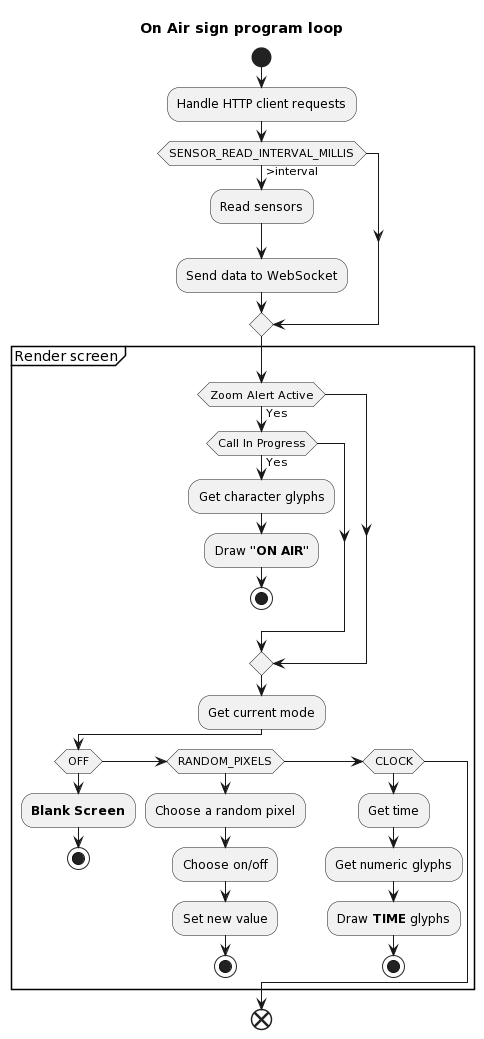
The PlantUML diagram images/workflow.png in skhg/on-air, before a commit. Source of this version:
```plantuml
@startuml
title On Air sign program loop



start

:Handle HTTP client requests;

if (SENSOR_READ_INTERVAL_MILLIS) then (>interval)
    :Read sensors;
    :Send data to WebSocket;
endif

partition "Render screen" {

    if (Zoom Alert Active) then(Yes)
        if (Call In Progress) then (Yes)
                :Get character glyphs;
                :Draw **"ON AIR"**;
                stop
            endif
    endif

    :Get current mode;

    if(OFF)
        :**Blank Screen**;
        stop
    elseif(RANDOM_PIXELS)
        :Choose a random pixel;
        :Choose on/off;
        :Set new value;
        stop
    elseif(CLOCK)
        :Get time;
        :Get numeric glyphs;
        :Draw **TIME** glyphs;
        stop
    endif
}

end
@enduml
```
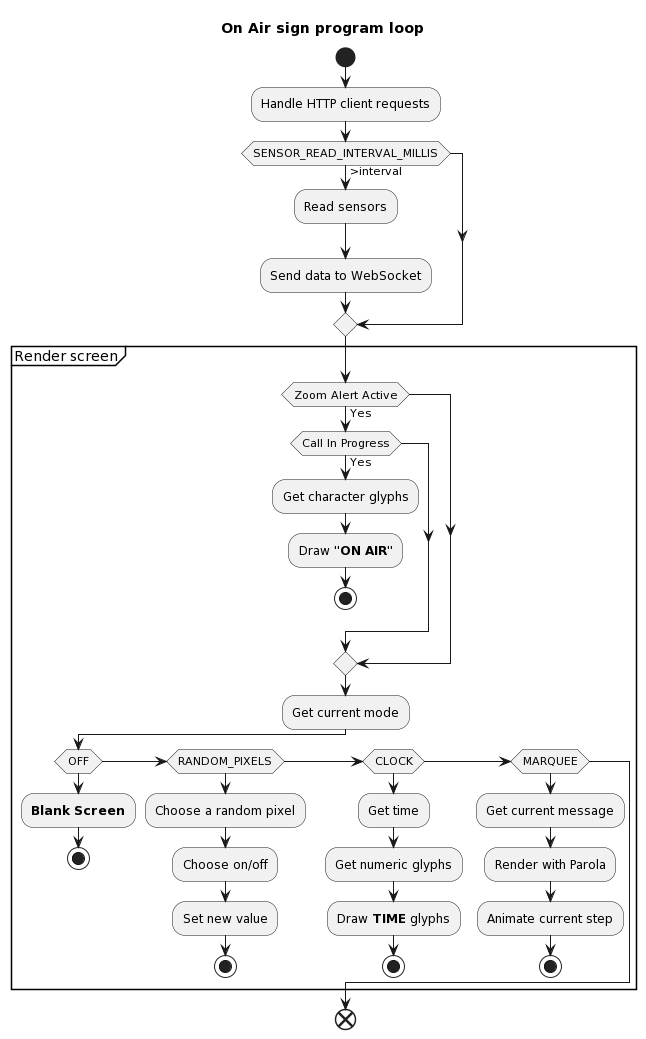
After the change.

The edit, as a diff of the source:
```diff
@@ -37,6 +37,11 @@
         :Get numeric glyphs;
         :Draw **TIME** glyphs;
         stop
+    elseif(MARQUEE)
+        :Get current message;
+        :Render with Parola;
+        :Animate current step;
+        stop
     endif
 }
 
```
